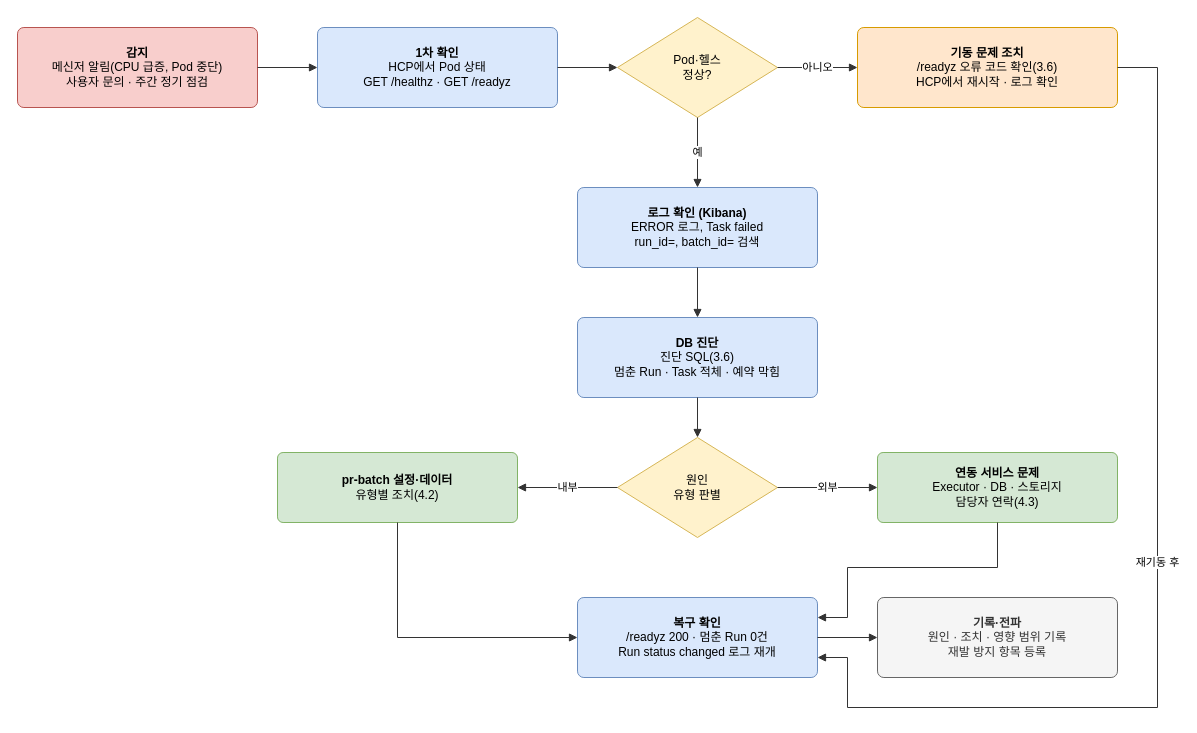
This is docs/deliverables/operator-manual/pr-batch_장애처리절차.drawio from KimHwaJin/pr-batch, a draw.io file, before an edit. Source tidied: cells renumbered, new cells numbered last; positions are measured from the earlier drawing's top-left corner, leaving out a move shared by most shapes. Both pictures are drawn from the tidied source at 100%, with x=0, y=0 at pixel (17, 17).
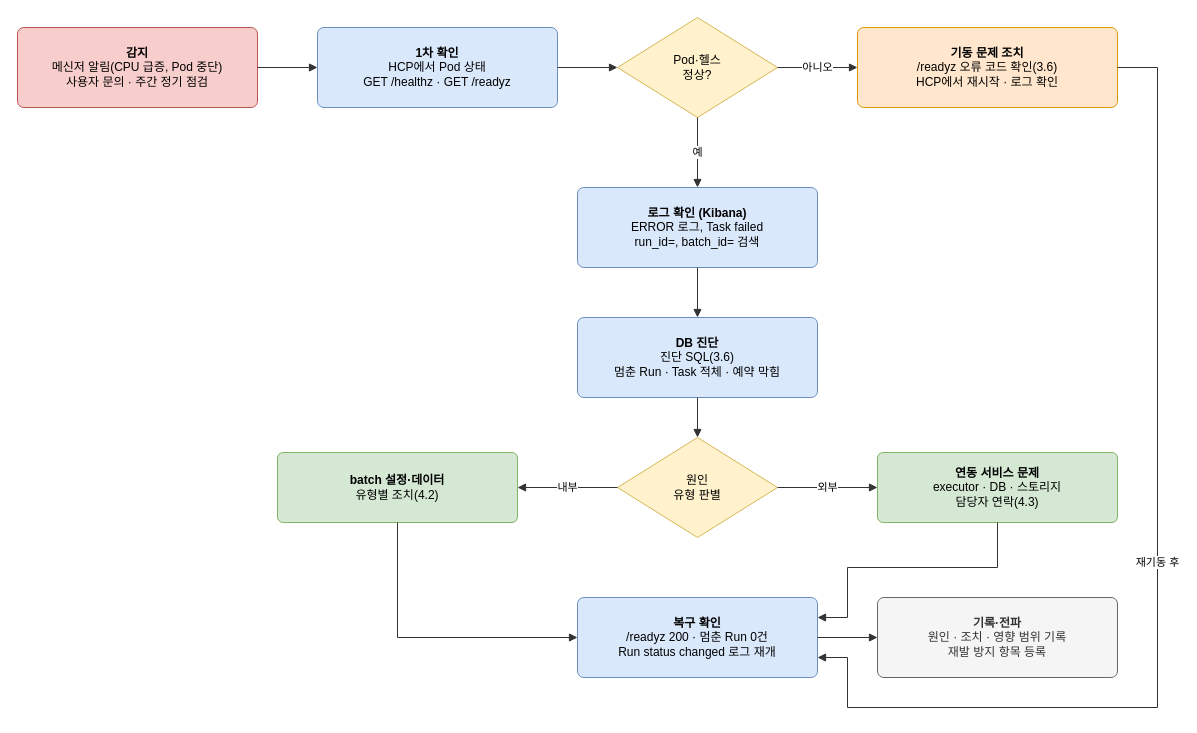
Above is the later version.

What changed in the source:
```diff
@@
-    <mxCell id="9" value="&lt;b&gt;pr-batch 설정·데이터&lt;/b&gt;&lt;br&gt;유형별 조치(4.2)" style="rounded=1;arcSize=8;whiteSpace=wrap;html=1;fontSize=12;fillColor=#d5e8d4;strokeColor=#82b366;" parent="1" vertex="1">
+    <mxCell id="9" value="&lt;b&gt;batch 설정·데이터&lt;/b&gt;&lt;br&gt;유형별 조치(4.2)" style="rounded=1;arcSize=8;whiteSpace=wrap;html=1;fontSize=12;fillColor=#d5e8d4;strokeColor=#82b366;" parent="1" vertex="1">
       <mxGeometry x="260" y="435" width="240" height="70" as="geometry" />
     </mxCell>
-    <mxCell id="10" value="&lt;b&gt;연동 서비스 문제&lt;/b&gt;&lt;br&gt;Executor · DB · 스토리지&lt;br&gt;담당자 연락(4.3)" style="rounded=1;arcSize=8;whiteSpace=wrap;html=1;fontSize=12;fillColor=#d5e8d4;strokeColor=#82b366;" parent="1" vertex="1">
+    <mxCell id="10" value="&lt;b&gt;연동 서비스 문제&lt;/b&gt;&lt;br&gt;executor · DB · 스토리지&lt;br&gt;담당자 연락(4.3)" style="rounded=1;arcSize=8;whiteSpace=wrap;html=1;fontSize=12;fillColor=#d5e8d4;strokeColor=#82b366;" parent="1" vertex="1">
       <mxGeometry x="860" y="435" width="240" height="70" as="geometry" />
     </mxCell>
```
